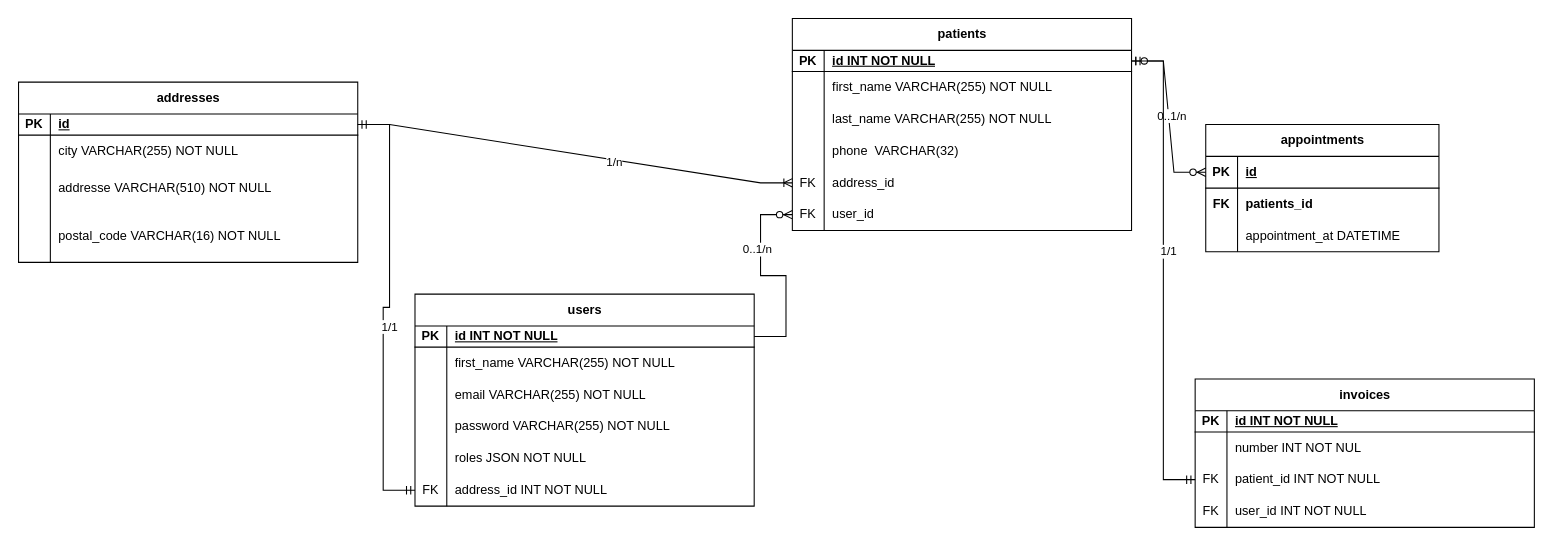
The draw.io diagram page "Page-2" (2 of 2) of maquette.drawio in JulianPouech/project_psy_back, before the edit. Source tidied: cells renumbered, new cells numbered last; positions are measured from the earlier drawing's top-left corner, leaving out a move shared by most shapes. Both pictures are drawn from the tidied source at 106%, with x=0, y=0 at pixel (18, 18).
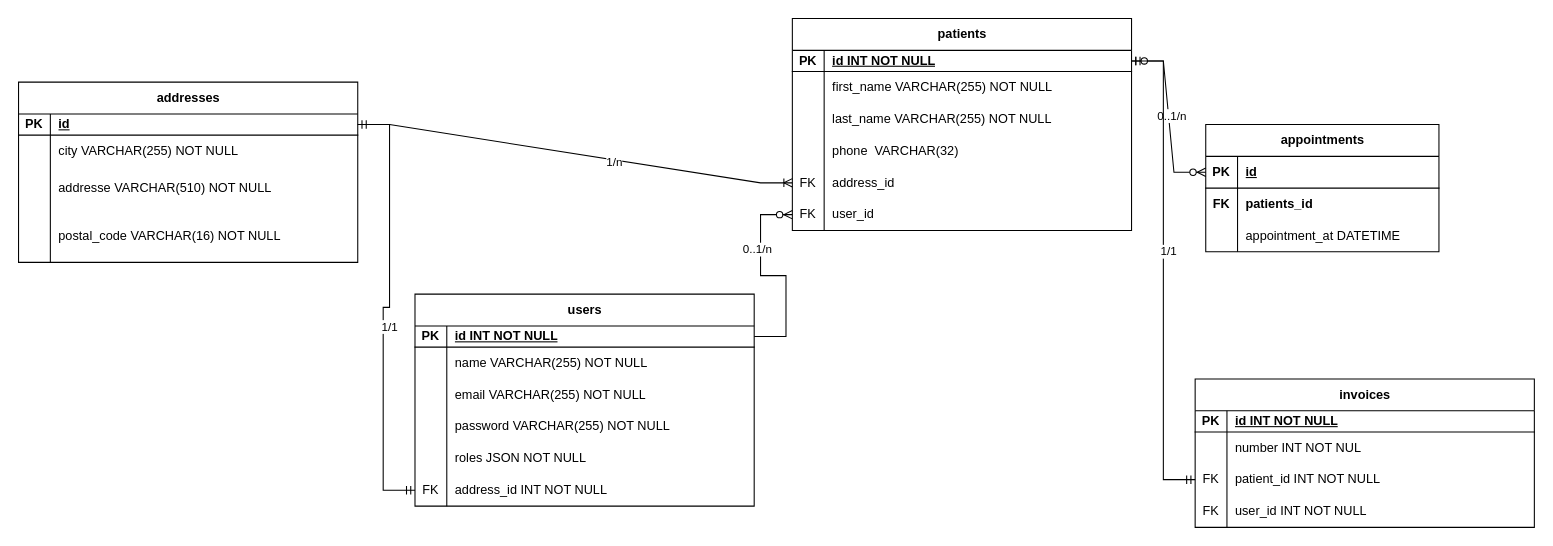
After the change.

Unchanged cells that the change refers to:
```xml
<mxCell id="50" style="shape=tableRow;horizontal=0;startSize=0;swimlaneHead=0;swimlaneBody=0;fillColor=none;top=0;left=0;right=0;bottom=0;" parent="46" vertex="1">
  <mxGeometry y="50" width="320" height="30" as="geometry" />
</mxCell>
```

Change to the diagram source:
```diff
@@
-    <mxCell id="52" value="first_name VARCHAR(255) NOT NULL" style="shape=partialRectangle;fillColor=none;top=0;left=0;bottom=0;right=0;align=left;spacingLeft=6;overflow=hidden;whiteSpace=wrap;html=1;" parent="50" vertex="1">
+    <mxCell id="52" value="name VARCHAR(255) NOT NULL" style="shape=partialRectangle;fillColor=none;top=0;left=0;bottom=0;right=0;align=left;spacingLeft=6;overflow=hidden;whiteSpace=wrap;html=1;" parent="50" vertex="1">
       <mxGeometry x="30" width="290" height="30" as="geometry" />
     </mxCell>
```
